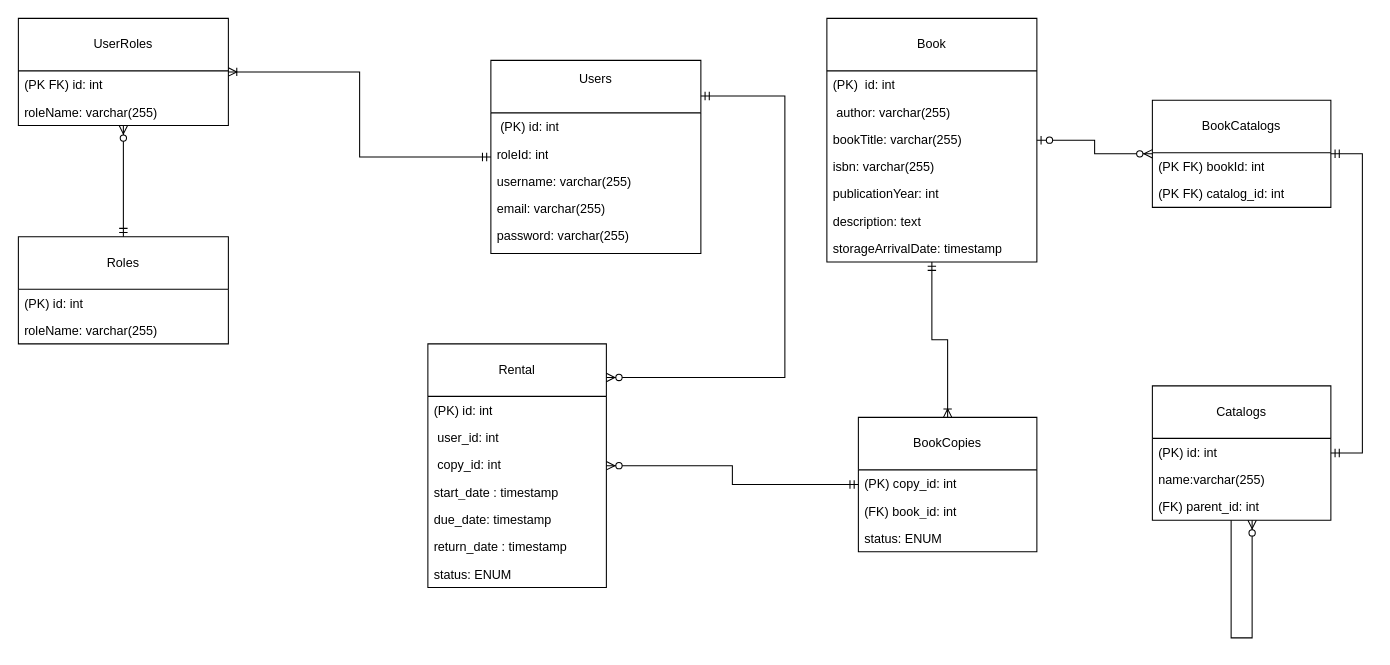
This is database/BookLibraryDB.drawio from lottydd/Book-Library, a draw.io file, before an edit. Source tidied: cells renumbered, new cells numbered last; positions are measured from the earlier drawing's top-left corner, leaving out a move shared by most shapes. Both pictures are drawn from the tidied source at 105%, with x=0, y=0 at pixel (18, 18).
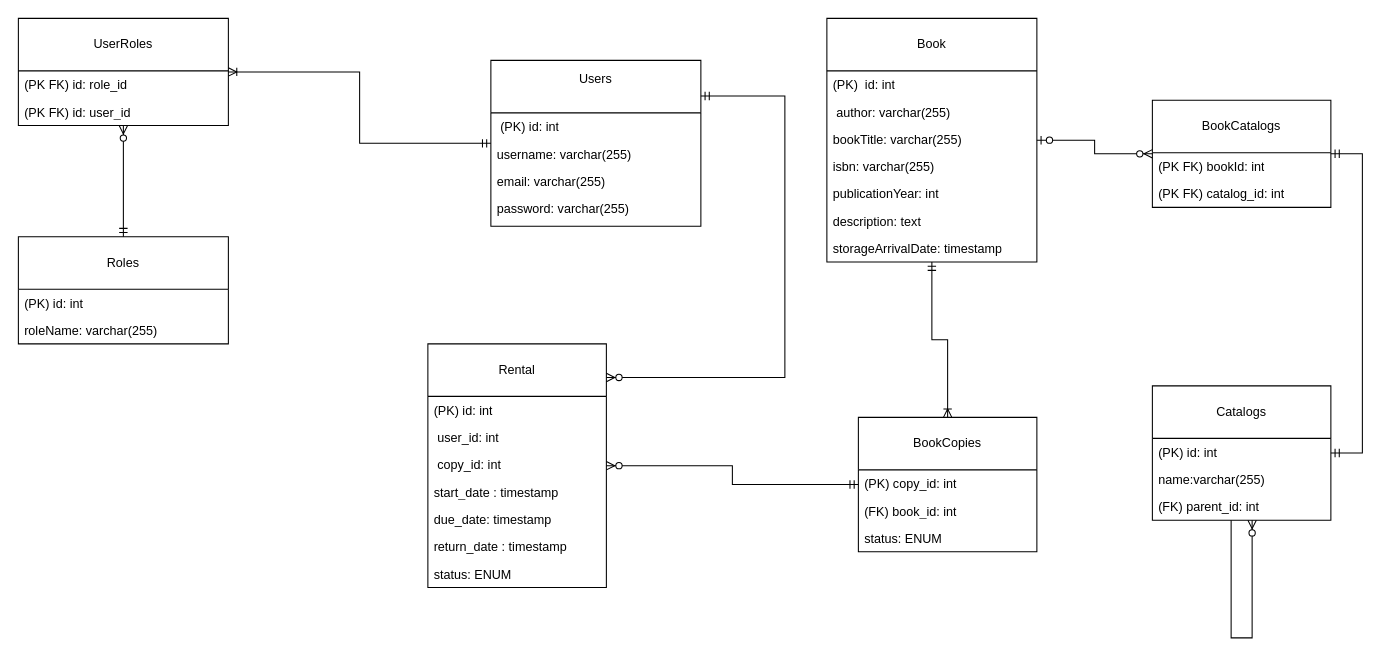
The same diagram, later.

The change refers to these unchanged cells:
```xml
<mxCell id="44" value="UserRoles" style="swimlane;fontStyle=0;horizontal=1;startSize=50;fillColor=none;whiteSpace=wrap;html=1;" parent="1" vertex="1">
  <mxGeometry width="200" height="102" as="geometry" />
</mxCell>
```

The edit, as a diff of the source:
```diff
@@
     <mxCell id="10" value="Users&lt;div&gt;&lt;br&gt;&lt;/div&gt;" style="swimlane;fontStyle=0;horizontal=1;startSize=50;fillColor=none;whiteSpace=wrap;html=1;" parent="1" vertex="1">
-      <mxGeometry x="450" y="40" width="200" height="184" as="geometry" />
+      <mxGeometry x="450" y="40" width="200" height="158" as="geometry" />
     </mxCell>
@@
-    <mxCell id="12" value="roleId: int" style="text;strokeColor=none;fillColor=none;align=left;verticalAlign=top;spacingLeft=4;spacingRight=4;overflow=hidden;whiteSpace=wrap;html=1;" parent="10" vertex="1">
-      <mxGeometry y="76" width="200" height="26" as="geometry" />
-    </mxCell>
     <mxCell id="13" value="username: varchar(255)" style="text;strokeColor=none;fillColor=none;align=left;verticalAlign=top;spacingLeft=4;spacingRight=4;overflow=hidden;whiteSpace=wrap;html=1;" parent="10" vertex="1">
-      <mxGeometry y="102" width="200" height="26" as="geometry" />
+      <mxGeometry y="76" width="200" height="26" as="geometry" />
     </mxCell>
     <mxCell id="14" value="email: varchar(255)" style="text;strokeColor=none;fillColor=none;align=left;verticalAlign=top;spacingLeft=4;spacingRight=4;overflow=hidden;whiteSpace=wrap;html=1;" parent="10" vertex="1">
-      <mxGeometry y="128" width="200" height="26" as="geometry" />
+      <mxGeometry y="102" width="200" height="26" as="geometry" />
     </mxCell>
     <mxCell id="15" value="&lt;div&gt;password: varchar(255)&lt;/div&gt;" style="text;strokeColor=none;fillColor=none;align=left;verticalAlign=top;spacingLeft=4;spacingRight=4;overflow=hidden;whiteSpace=wrap;html=1;" parent="10" vertex="1">
-      <mxGeometry y="154" width="200" height="30" as="geometry" />
+      <mxGeometry y="128" width="200" height="30" as="geometry" />
     </mxCell>
@@
-    <mxCell id="45" value="(PK FK) id: int" style="text;strokeColor=none;fillColor=none;align=left;verticalAlign=top;spacingLeft=4;spacingRight=4;overflow=hidden;whiteSpace=wrap;html=1;" parent="44" vertex="1">
+    <mxCell id="45" value="(PK FK) id: role_id" style="text;strokeColor=none;fillColor=none;align=left;verticalAlign=top;spacingLeft=4;spacingRight=4;overflow=hidden;whiteSpace=wrap;html=1;" parent="44" vertex="1">
       <mxGeometry y="50" width="200" height="26" as="geometry" />
     </mxCell>
-    <mxCell id="46" value="roleName: varchar(255)" style="text;strokeColor=none;fillColor=none;align=left;verticalAlign=top;spacingLeft=4;spacingRight=4;overflow=hidden;whiteSpace=wrap;html=1;" parent="44" vertex="1">
-      <mxGeometry y="76" width="200" height="26" as="geometry" />
-    </mxCell>
+    <mxCell id="49" value="(PK FK) id: user_id" style="text;strokeColor=none;fillColor=none;align=left;verticalAlign=top;spacingLeft=4;spacingRight=4;overflow=hidden;whiteSpace=wrap;html=1;" parent="44" vertex="1">
+      <mxGeometry y="76" width="200" height="26" as="geometry" />
+    </mxCell>
```
